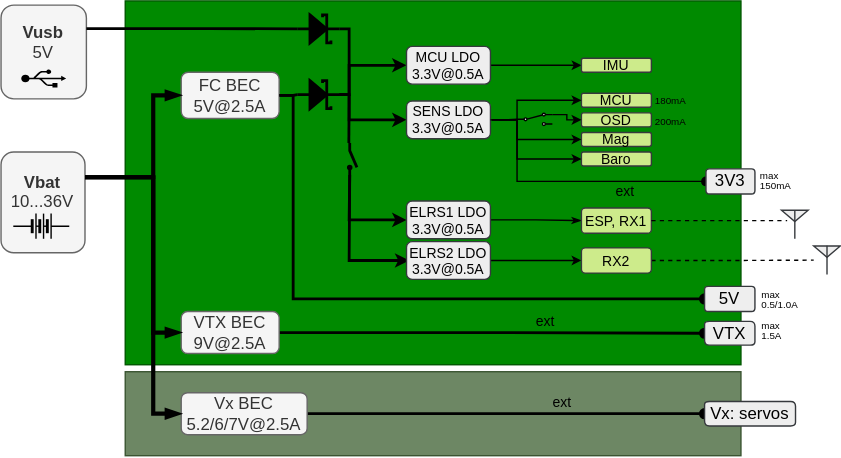
Earlier version of the draw.io export documentation/images/doc_MoGliFC_power_concept.svg (MomoRC-tech/MoGliFC-Flight-Controller). Source tidied: cells renumbered, new cells last; positions are measured from the earlier drawing's top-left corner, leaving out a move shared by most shapes.
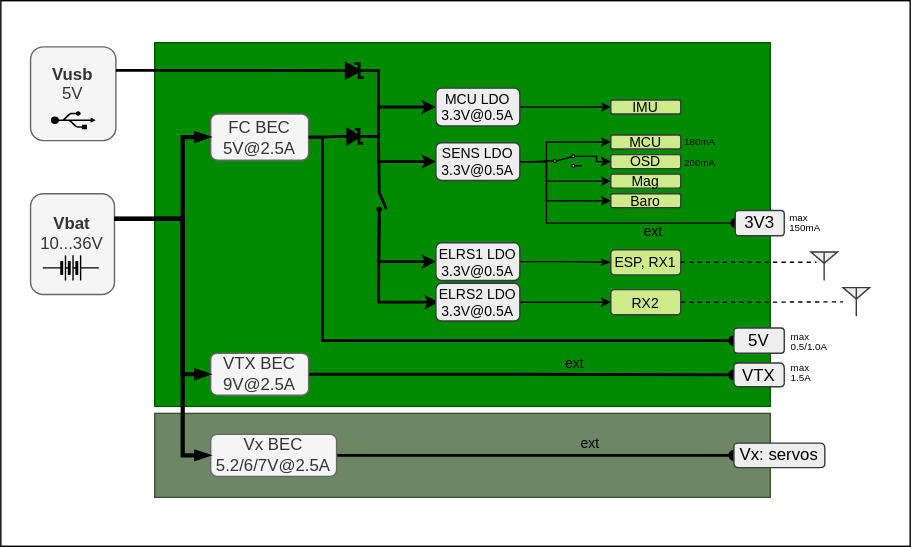
After the change.

Change to the diagram source:
```diff
@@ -2,6 +2,9 @@
   <root>
     <mxCell id="0" />
     <mxCell id="1" parent="0" />
+    <mxCell id="65" style="rounded=0;whiteSpace=wrap;html=1;" parent="1" vertex="1">
+      <mxGeometry x="-21" y="-30" width="650" height="390" as="geometry" />
+    </mxCell>
     <mxCell id="2" style="whiteSpace=wrap;html=1;fillColor=#008a00;fontColor=#ffffff;strokeColor=#005700;imageAspect=1;" parent="1" vertex="1">
       <mxGeometry x="89" width="440" height="260" as="geometry" />
     </mxCell>
@@ -199,7 +202,7 @@
       </mxGeometry>
     </mxCell>
     <mxCell id="49" style="fillColor=strokeColor;verticalLabelPosition=bottom;shadow=0;dashed=0;align=center;html=1;verticalAlign=top;shape=mxgraph.electrical.diodes.schottky_diode;strokeWidth=2;" parent="1" vertex="1">
-      <mxGeometry x="212" y="57" width="30" height="20" as="geometry" />
+      <mxGeometry x="221" y="62" width="20" height="10" as="geometry" />
     </mxCell>
     <mxCell id="50" style="edgeStyle=elbowEdgeStyle;rounded=0;jettySize=auto;html=1;endArrow=blockThin;endFill=1;strokeWidth=3;exitX=1;exitY=0.25;exitDx=0;exitDy=0;endSize=4;entryX=0;entryY=0.5;entryDx=0;entryDy=0;" parent="1" edge="1" source="4" target="17">
       <mxGeometry relative="1" as="geometry">
@@ -216,7 +219,7 @@
       </mxGeometry>
     </mxCell>
     <mxCell id="52" style="fillColor=strokeColor;verticalLabelPosition=bottom;shadow=0;dashed=0;align=center;html=1;verticalAlign=top;shape=mxgraph.electrical.diodes.schottky_diode;strokeWidth=2;" parent="1" vertex="1">
-      <mxGeometry x="212" y="10" width="30" height="20" as="geometry" />
+      <mxGeometry x="219" y="15" width="23" height="10" as="geometry" />
     </mxCell>
     <mxCell id="53" style="edgeStyle=elbowEdgeStyle;rounded=0;jettySize=auto;html=1;endSize=6;endArrow=none;endFill=0;strokeWidth=2;exitX=1;exitY=0.5;exitDx=0;exitDy=0;exitPerimeter=0;entryX=1;entryY=0.5;entryDx=0;entryDy=0;entryPerimeter=0;" parent="1" edge="1" source="52" target="49">
       <mxGeometry relative="1" as="geometry">
```
